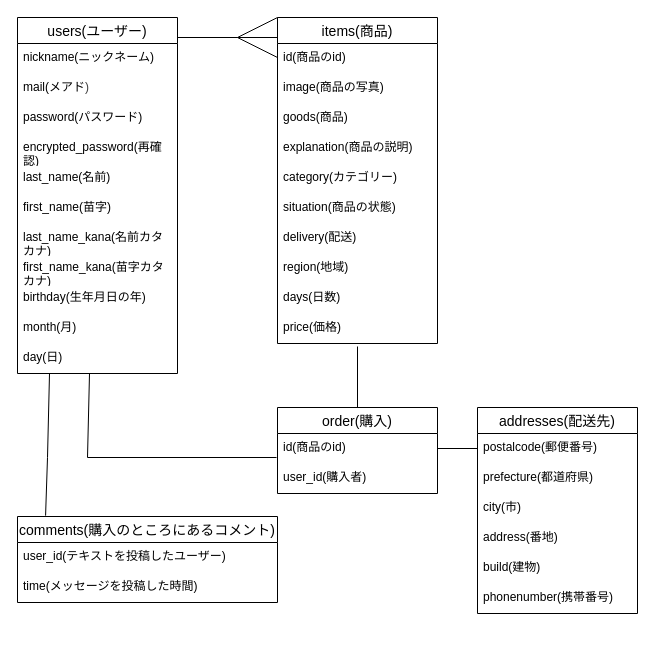
naa4263/furima-46714 keeps this draw.io diagram as test.dio. Above is the earlier version. Source tidied: cells renumbered, new cells numbered last; positions are measured from the earlier drawing's top-left corner, leaving out a move shared by most shapes. Both pictures are drawn from the tidied source at 100%, with x=0, y=0 at pixel (17, 17).
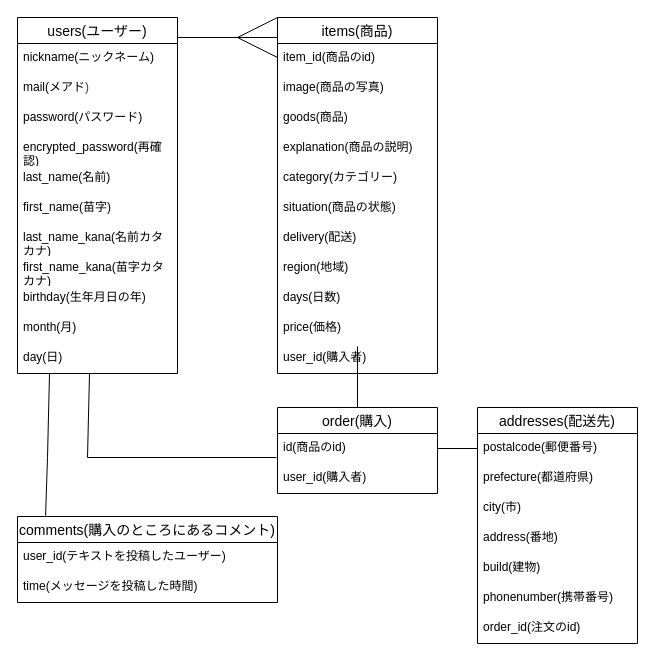
Above is the later version.

Diff of the diagram source:
```diff
@@
     <mxCell id="14" value="items(商品)" style="swimlane;fontStyle=0;horizontal=1;startSize=26;align=center;fontSize=14;" parent="1" vertex="1">
-      <mxGeometry x="260" width="160" height="326" as="geometry" />
+      <mxGeometry x="260" width="160" height="356" as="geometry" />
     </mxCell>
-    <mxCell id="15" value="id(商品のid)" style="text;strokeColor=none;fillColor=none;spacingLeft=4;spacingRight=4;overflow=hidden;fontSize=12;whiteSpace=wrap;html=1;" parent="14" vertex="1">
+    <mxCell id="15" value="item_id(商品のid)" style="text;strokeColor=none;fillColor=none;spacingLeft=4;spacingRight=4;overflow=hidden;fontSize=12;whiteSpace=wrap;html=1;" parent="14" vertex="1">
       <mxGeometry y="26" width="160" height="30" as="geometry" />
     </mxCell>
@@
+    <mxCell id="46" value="user_id(購入者)" style="text;strokeColor=none;fillColor=none;spacingLeft=4;spacingRight=4;overflow=hidden;fontSize=12;whiteSpace=wrap;html=1;" parent="14" vertex="1">
+      <mxGeometry y="326" width="160" height="30" as="geometry" />
+    </mxCell>
@@
     <mxCell id="28" value="addresses(配送先)" style="swimlane;fontStyle=0;horizontal=1;startSize=26;align=center;fontSize=14;" parent="1" vertex="1">
-      <mxGeometry x="460" y="390" width="160" height="206" as="geometry" />
+      <mxGeometry x="460" y="390" width="160" height="236" as="geometry" />
     </mxCell>
@@
+    <mxCell id="47" value="order_id(注文のid)" style="text;strokeColor=none;fillColor=none;spacingLeft=4;spacingRight=4;overflow=hidden;fontSize=12;whiteSpace=wrap;html=1;" parent="28" vertex="1">
+      <mxGeometry y="206" width="160" height="30" as="geometry" />
+    </mxCell>
```
